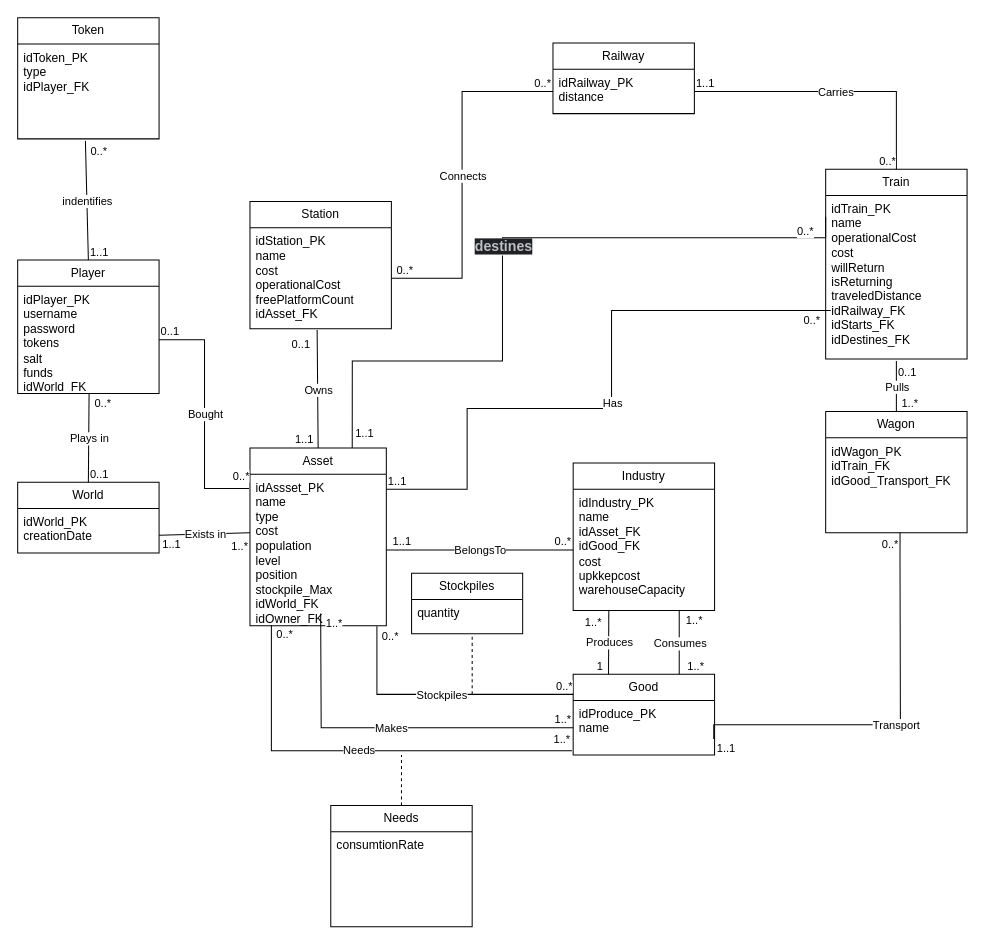
Above: BASDO/RailwayImperium.drawio in Finiferp/Railway (draw.io), before the change. Source tidied: cells renumbered, new cells numbered last; positions are measured from the earlier drawing's top-left corner, leaving out a move shared by most shapes. Both pictures are drawn from the tidied source at 101%, with x=0, y=0 at pixel (17, 17).
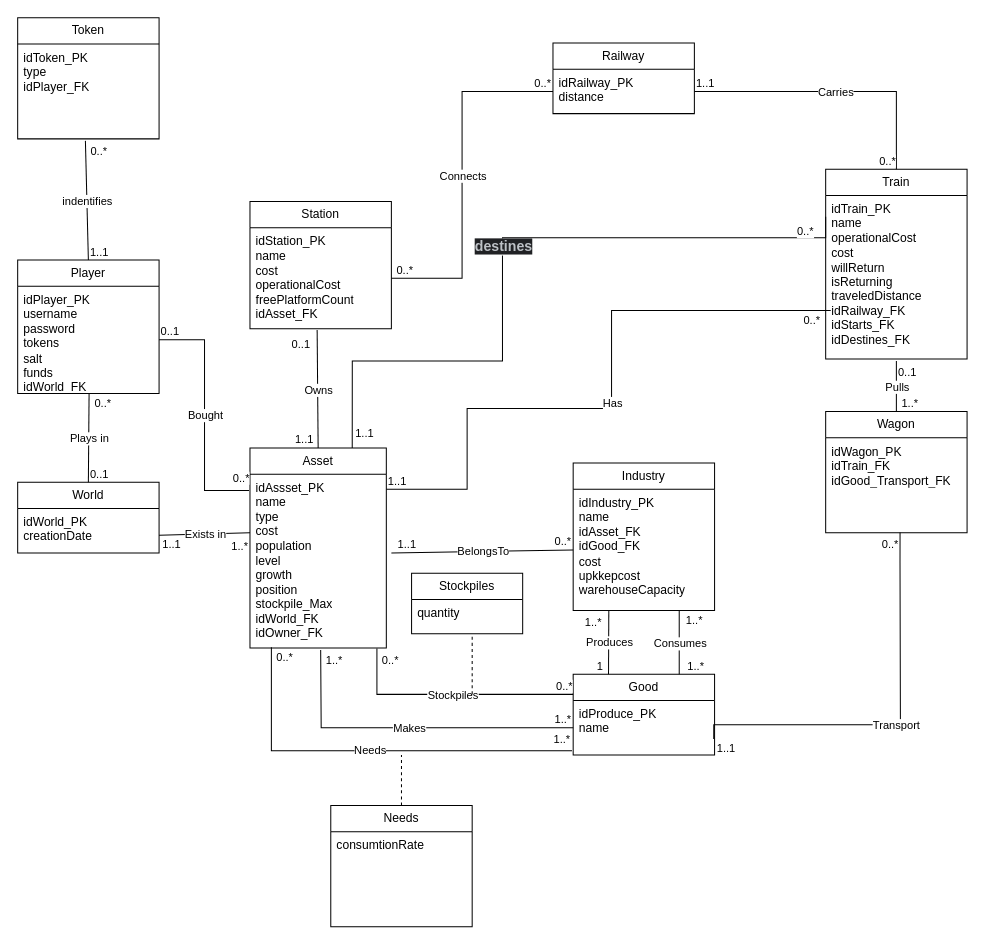
The same diagram, later.

The change refers to these unchanged cells:
```xml
<mxCell id="3" value="idIndustry_PK&lt;br&gt;name&lt;br&gt;idAsset_FK&lt;br&gt;idGood_FK&lt;br&gt;cost&lt;br&gt;upkkepcost&lt;br&gt;warehouseCapacity" style="text;strokeColor=none;fillColor=none;align=left;verticalAlign=top;spacingLeft=4;spacingRight=4;overflow=hidden;points=[[0,0.5],[1,0.5]];portConstraint=eastwest;whiteSpace=wrap;html=1;" parent="2" vertex="1">
  <mxGeometry y="26" width="140" height="120" as="geometry" />
</mxCell>
<mxCell id="13" value="idProduce_PK&lt;br&gt;name" style="text;strokeColor=none;fillColor=none;align=left;verticalAlign=top;spacingLeft=4;spacingRight=4;overflow=hidden;points=[[0,0.5],[1,0.5]];portConstraint=eastwest;whiteSpace=wrap;html=1;" parent="12" vertex="1">
  <mxGeometry y="26" width="140" height="54" as="geometry" />
</mxCell>
```

Change to the diagram source:
```diff
@@
-    <mxCell id="28" style="endArrow=none;html=1;rounded=0;endFill=0;exitX=0;exitY=0.5;exitDx=0;exitDy=0;entryX=1;entryY=0.5;entryDx=0;entryDy=0;" parent="1" edge="1" source="3" target="49">
-      <mxGeometry relative="1" as="geometry" />
+    <mxCell id="28" style="endArrow=none;html=1;rounded=0;endFill=0;exitX=0;exitY=0.5;exitDx=0;exitDy=0;" parent="1" edge="1" source="3">
+      <mxGeometry relative="1" as="geometry">
+        <mxPoint x="370" y="530" as="targetPoint" />
+      </mxGeometry>
     </mxCell>
@@
     <mxCell id="48" value="Asset" style="swimlane;fontStyle=0;horizontal=1;startSize=26;fillColor=none;whiteSpace=wrap;html=1;" parent="1" vertex="1">
-      <mxGeometry x="230" y="426" width="135" height="176" as="geometry" />
+      <mxGeometry x="230" y="426" width="135" height="198" as="geometry" />
     </mxCell>
-    <mxCell id="49" value="idAssset_PK&lt;br&gt;name&lt;br&gt;type&lt;br&gt;cost&lt;br&gt;population&lt;br&gt;level&lt;br&gt;position&lt;br&gt;stockpile_Max&lt;br&gt;idWorld_FK&lt;br&gt;idOwner_FK" style="text;strokeColor=none;fillColor=none;align=left;verticalAlign=top;spacingLeft=4;spacingRight=4;overflow=hidden;points=[[0,0.5],[1,0.5]];portConstraint=eastwest;whiteSpace=wrap;html=1;" parent="48" vertex="1">
-      <mxGeometry y="26" width="135" height="150" as="geometry" />
+    <mxCell id="49" value="idAssset_PK&lt;br&gt;name&lt;br&gt;type&lt;br&gt;cost&lt;br&gt;population&lt;br&gt;level&lt;br&gt;growth&lt;br&gt;position&lt;br&gt;stockpile_Max&lt;br&gt;idWorld_FK&lt;br&gt;idOwner_FK" style="text;strokeColor=none;fillColor=none;align=left;verticalAlign=top;spacingLeft=4;spacingRight=4;overflow=hidden;points=[[0,0.5],[1,0.5]];portConstraint=eastwest;whiteSpace=wrap;html=1;" parent="48" vertex="1">
+      <mxGeometry y="26" width="135" height="172" as="geometry" />
     </mxCell>
@@
     <mxCell id="89" style="endArrow=none;html=1;rounded=0;endFill=0;exitX=0;exitY=0.5;exitDx=0;exitDy=0;edgeStyle=orthogonalEdgeStyle;" parent="1" edge="1" source="13">
       <mxGeometry relative="1" as="geometry">
-        <mxPoint x="300" y="590" as="targetPoint" />
+        <mxPoint x="300" y="626" as="targetPoint" />
       </mxGeometry>
     </mxCell>
```
